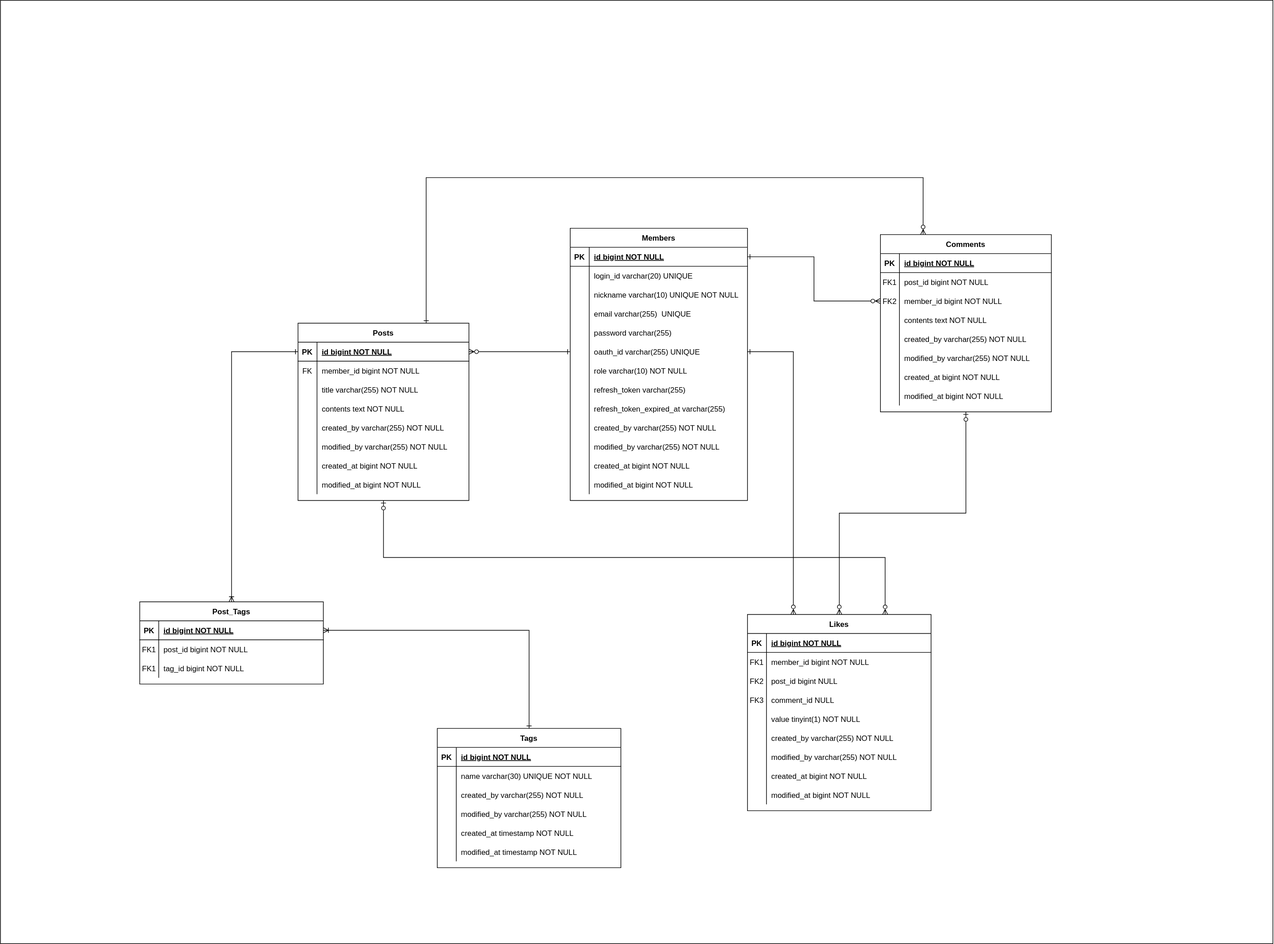
Earlier version of the draw.io export document/erd.svg (leesh5000/DevLab-BE). Source tidied: cells renumbered, new cells last; positions are measured from the earlier drawing's top-left corner, leaving out a move shared by most shapes.
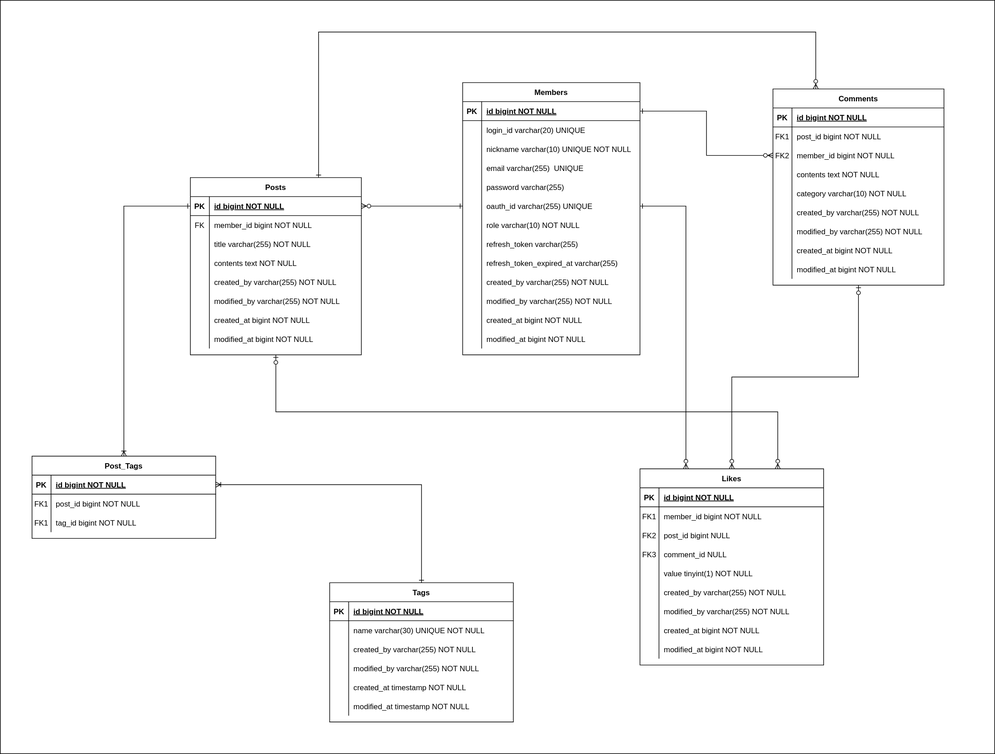
Later version of the same file.

Diff of the diagram source:
```diff
@@ -3,7 +3,7 @@
     <mxCell id="0" />
     <mxCell id="1" parent="0" />
     <mxCell id="2" style="rounded=0;whiteSpace=wrap;html=1;fontStyle=1;" parent="1" vertex="1">
-      <mxGeometry width="2010" height="1490" as="geometry" />
+      <mxGeometry x="170" y="230" width="1570" height="1190" as="geometry" />
     </mxCell>
     <mxCell id="3" style="edgeStyle=entityRelationEdgeStyle;endArrow=ERone;startArrow=ERzeroToMany;endFill=0;startFill=0;entryX=0;entryY=0.5;entryDx=0;entryDy=0;" parent="1" edge="1" source="45" target="20">
       <mxGeometry relative="1" as="geometry" />
@@ -294,7 +294,7 @@
       <mxGeometry relative="1" as="geometry" />
     </mxCell>
     <mxCell id="99" value="Comments" style="shape=table;startSize=30;rowLines=0;fontStyle=1;align=center;" parent="1" vertex="1">
-      <mxGeometry x="1390" y="370" width="270" height="280" as="geometry" />
+      <mxGeometry x="1390" y="370" width="270" height="310" as="geometry" />
     </mxCell>
     <mxCell id="100" style="shape=partialRectangle;fillColor=none;top=0;left=0;right=0;bottom=1;" parent="99" vertex="1">
       <mxGeometry y="30" width="270" height="30" as="geometry" />
@@ -338,11 +338,20 @@
     <mxCell id="113" style="shape=partialRectangle;overflow=hidden;fillColor=none;top=0;left=0;bottom=0;right=0;" parent="112" vertex="1">
       <mxGeometry width="30" height="30" as="geometry" />
     </mxCell>
-    <mxCell id="114" value="created_by varchar(255) NOT NULL" style="shape=partialRectangle;overflow=hidden;fillColor=none;top=0;left=0;bottom=0;right=0;align=left;spacingLeft=6;" parent="112" vertex="1">
+    <mxCell id="114" value="category varchar(10) NOT NULL" style="shape=partialRectangle;overflow=hidden;fillColor=none;top=0;left=0;bottom=0;right=0;align=left;spacingLeft=6;" parent="112" vertex="1">
       <mxGeometry x="30" width="240" height="30" as="geometry" />
     </mxCell>
+    <mxCell id="158" style="shape=partialRectangle;fillColor=none;top=0;left=0;right=0;bottom=0;" parent="99" vertex="1">
+      <mxGeometry y="180" width="270" height="30" as="geometry" />
+    </mxCell>
+    <mxCell id="159" style="shape=partialRectangle;overflow=hidden;fillColor=none;top=0;left=0;bottom=0;right=0;" parent="158" vertex="1">
+      <mxGeometry width="30" height="30" as="geometry" />
+    </mxCell>
+    <mxCell id="160" value="created_by varchar(255) NOT NULL" style="shape=partialRectangle;overflow=hidden;fillColor=none;top=0;left=0;bottom=0;right=0;align=left;spacingLeft=6;" parent="158" vertex="1">
+      <mxGeometry x="30" width="240" height="30" as="geometry" />
+    </mxCell>
     <mxCell id="115" style="shape=partialRectangle;fillColor=none;top=0;left=0;right=0;bottom=0;" parent="99" vertex="1">
-      <mxGeometry y="180" width="270" height="30" as="geometry" />
+      <mxGeometry y="210" width="270" height="30" as="geometry" />
     </mxCell>
     <mxCell id="116" style="shape=partialRectangle;overflow=hidden;fillColor=none;top=0;left=0;bottom=0;right=0;" parent="115" vertex="1">
       <mxGeometry width="30" height="30" as="geometry" />
@@ -351,7 +360,7 @@
       <mxGeometry x="30" width="240" height="30" as="geometry" />
     </mxCell>
     <mxCell id="118" style="shape=partialRectangle;fillColor=none;top=0;left=0;right=0;bottom=0;" parent="99" vertex="1">
-      <mxGeometry y="210" width="270" height="30" as="geometry" />
+      <mxGeometry y="240" width="270" height="30" as="geometry" />
     </mxCell>
     <mxCell id="119" style="shape=partialRectangle;overflow=hidden;fillColor=none;top=0;left=0;bottom=0;right=0;" parent="118" vertex="1">
       <mxGeometry width="30" height="30" as="geometry" />
@@ -360,7 +369,7 @@
       <mxGeometry x="30" width="240" height="30" as="geometry" />
     </mxCell>
     <mxCell id="121" style="shape=partialRectangle;fillColor=none;top=0;left=0;right=0;bottom=0;" parent="99" vertex="1">
-      <mxGeometry y="240" width="270" height="30" as="geometry" />
+      <mxGeometry y="270" width="270" height="30" as="geometry" />
     </mxCell>
     <mxCell id="122" style="shape=partialRectangle;overflow=hidden;fillColor=none;top=0;left=0;bottom=0;right=0;" parent="121" vertex="1">
       <mxGeometry width="30" height="30" as="geometry" />
```
